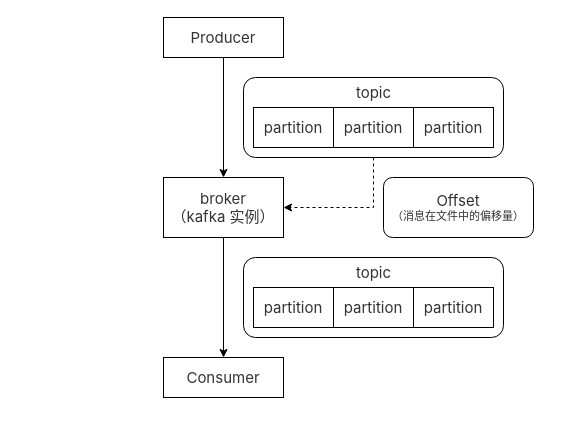
The draw.io diagram kafka/kafka.drawio in zero-97/picture-of-the-article, before the edit. Source tidied: cells renumbered, new cells numbered last; positions are measured from the earlier drawing's top-left corner, leaving out a move shared by most shapes. Both pictures are drawn from the tidied source at 100%, with x=0, y=0 at pixel (163, 17).
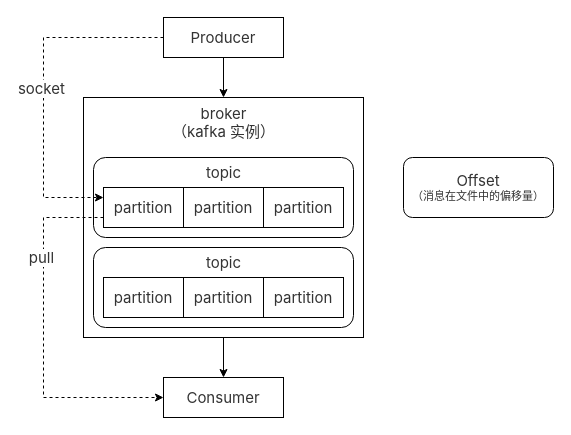
After the change.

The change refers to these unchanged cells:
```xml
<mxCell id="3" value="&lt;span style=&quot;color: rgb(51, 51, 51); font-family: -apple-system, BlinkMacSystemFont, &amp;quot;Helvetica Neue&amp;quot;, &amp;quot;PingFang SC&amp;quot;, &amp;quot;Microsoft YaHei&amp;quot;, &amp;quot;Source Han Sans SC&amp;quot;, &amp;quot;Noto Sans CJK SC&amp;quot;, &amp;quot;WenQuanYi Micro Hei&amp;quot;, sans-serif; font-size: 15px; text-align: start; background-color: rgb(255, 255, 255);&quot;&gt;Producer&lt;/span&gt;" style="rounded=0;whiteSpace=wrap;html=1;" parent="1" vertex="1">
  <mxGeometry width="120" height="40" as="geometry" />
</mxCell>
<mxCell id="8" style="rounded=1;whiteSpace=wrap;html=1;" parent="7" vertex="1">
  <mxGeometry width="260" height="80" as="geometry" />
</mxCell>
<mxCell id="10" value="&lt;span style=&quot;color: rgb(51, 51, 51); font-family: -apple-system, BlinkMacSystemFont, &amp;quot;Helvetica Neue&amp;quot;, &amp;quot;PingFang SC&amp;quot;, &amp;quot;Microsoft YaHei&amp;quot;, &amp;quot;Source Han Sans SC&amp;quot;, &amp;quot;Noto Sans CJK SC&amp;quot;, &amp;quot;WenQuanYi Micro Hei&amp;quot;, sans-serif; font-size: 15px; text-align: start; background-color: rgb(255, 255, 255);&quot;&gt;partition&lt;/span&gt;" style="rounded=0;whiteSpace=wrap;html=1;" parent="7" vertex="1">
  <mxGeometry x="10" y="30" width="80" height="40" as="geometry" />
</mxCell>
```

What changed in the source:
```diff
@@
+    <mxCell id="6" value="&lt;span style=&quot;color: rgb(51, 51, 51); font-family: -apple-system, BlinkMacSystemFont, &amp;quot;Helvetica Neue&amp;quot;, &amp;quot;PingFang SC&amp;quot;, &amp;quot;Microsoft YaHei&amp;quot;, &amp;quot;Source Han Sans SC&amp;quot;, &amp;quot;Noto Sans CJK SC&amp;quot;, &amp;quot;WenQuanYi Micro Hei&amp;quot;, sans-serif; font-size: 15px; text-align: start; background-color: rgb(255, 255, 255);&quot;&gt;&lt;br&gt;&lt;/span&gt;" style="whiteSpace=wrap;html=1;" parent="1" vertex="1">
+      <mxGeometry x="-80" y="80" width="280" height="240" as="geometry" />
+    </mxCell>
@@
     <mxCell id="4" value="&lt;span style=&quot;color: rgb(51, 51, 51); font-family: -apple-system, BlinkMacSystemFont, &amp;quot;Helvetica Neue&amp;quot;, &amp;quot;PingFang SC&amp;quot;, &amp;quot;Microsoft YaHei&amp;quot;, &amp;quot;Source Han Sans SC&amp;quot;, &amp;quot;Noto Sans CJK SC&amp;quot;, &amp;quot;WenQuanYi Micro Hei&amp;quot;, sans-serif; font-size: 15px; text-align: start; background-color: rgb(255, 255, 255);&quot;&gt;Consumer&lt;/span&gt;" style="rounded=0;whiteSpace=wrap;html=1;" parent="1" vertex="1">
-      <mxGeometry y="340" width="120" height="40" as="geometry" />
+      <mxGeometry y="360" width="120" height="40" as="geometry" />
     </mxCell>
@@
-    <mxCell id="6" value="&lt;span style=&quot;color: rgb(51, 51, 51); font-family: -apple-system, BlinkMacSystemFont, &amp;quot;Helvetica Neue&amp;quot;, &amp;quot;PingFang SC&amp;quot;, &amp;quot;Microsoft YaHei&amp;quot;, &amp;quot;Source Han Sans SC&amp;quot;, &amp;quot;Noto Sans CJK SC&amp;quot;, &amp;quot;WenQuanYi Micro Hei&amp;quot;, sans-serif; font-size: 15px; text-align: start; background-color: rgb(255, 255, 255);&quot;&gt;broker&lt;br&gt;（kafka 实例）&lt;br&gt;&lt;/span&gt;" style="whiteSpace=wrap;html=1;" parent="1" vertex="1">
-      <mxGeometry y="160" width="120" height="60" as="geometry" />
-    </mxCell>
     <mxCell id="7" style="group;" parent="1" vertex="1">
-      <mxGeometry x="80" y="60" width="260" height="80" as="geometry" />
+      <mxGeometry x="-70" y="140" width="260" height="80" as="geometry" />
     </mxCell>
@@
     <mxCell id="13" style="group;" parent="1" vertex="1">
-      <mxGeometry x="80" y="240" width="260" height="80" as="geometry" />
+      <mxGeometry x="-70" y="230" width="260" height="80" as="geometry" />
     </mxCell>
@@
-    <mxCell id="19" style="edgeStyle=orthogonalEdgeStyle;rounded=0;jettySize=auto;html=1;entryX=1;entryY=0.5;entryDx=0;entryDy=0;dashed=1;" parent="1" edge="1" source="8" target="6">
-      <mxGeometry relative="1" as="geometry" />
-    </mxCell>
     <mxCell id="20" value="&lt;span style=&quot;color: rgb(51, 51, 51); font-family: -apple-system, BlinkMacSystemFont, &amp;quot;Helvetica Neue&amp;quot;, &amp;quot;PingFang SC&amp;quot;, &amp;quot;Microsoft YaHei&amp;quot;, &amp;quot;Source Han Sans SC&amp;quot;, &amp;quot;Noto Sans CJK SC&amp;quot;, &amp;quot;WenQuanYi Micro Hei&amp;quot;, sans-serif; text-align: start; font-size: 15px;&quot;&gt;Offset&lt;/span&gt;&lt;br style=&quot;color: rgb(51, 51, 51); font-family: -apple-system, BlinkMacSystemFont, &amp;quot;Helvetica Neue&amp;quot;, &amp;quot;PingFang SC&amp;quot;, &amp;quot;Microsoft YaHei&amp;quot;, &amp;quot;Source Han Sans SC&amp;quot;, &amp;quot;Noto Sans CJK SC&amp;quot;, &amp;quot;WenQuanYi Micro Hei&amp;quot;, sans-serif; font-size: 12px; text-align: start;&quot;&gt;&lt;font style=&quot;color: rgb(51, 51, 51); font-family: -apple-system, BlinkMacSystemFont, &amp;quot;Helvetica Neue&amp;quot;, &amp;quot;PingFang SC&amp;quot;, &amp;quot;Microsoft YaHei&amp;quot;, &amp;quot;Source Han Sans SC&amp;quot;, &amp;quot;Noto Sans CJK SC&amp;quot;, &amp;quot;WenQuanYi Micro Hei&amp;quot;, sans-serif; text-align: start;&quot;&gt;（消息在文件中的偏移量）&lt;/font&gt;" style="rounded=1;whiteSpace=wrap;html=1;fontSize=11;" parent="1" vertex="1">
-      <mxGeometry x="220" y="160" width="150" height="60" as="geometry" />
+      <mxGeometry x="240" y="140" width="150" height="60" as="geometry" />
     </mxCell>
+    <mxCell id="21" value="&lt;span style=&quot;color: rgb(51, 51, 51); font-family: -apple-system, BlinkMacSystemFont, &amp;quot;Helvetica Neue&amp;quot;, &amp;quot;PingFang SC&amp;quot;, &amp;quot;Microsoft YaHei&amp;quot;, &amp;quot;Source Han Sans SC&amp;quot;, &amp;quot;Noto Sans CJK SC&amp;quot;, &amp;quot;WenQuanYi Micro Hei&amp;quot;, sans-serif; font-size: 15px; text-align: start; background-color: rgb(255, 255, 255);&quot;&gt;broker&lt;/span&gt;&lt;br style=&quot;color: rgb(51, 51, 51); font-family: -apple-system, BlinkMacSystemFont, &amp;quot;Helvetica Neue&amp;quot;, &amp;quot;PingFang SC&amp;quot;, &amp;quot;Microsoft YaHei&amp;quot;, &amp;quot;Source Han Sans SC&amp;quot;, &amp;quot;Noto Sans CJK SC&amp;quot;, &amp;quot;WenQuanYi Micro Hei&amp;quot;, sans-serif; font-size: 15px; text-align: start;&quot;&gt;&lt;span style=&quot;color: rgb(51, 51, 51); font-family: -apple-system, BlinkMacSystemFont, &amp;quot;Helvetica Neue&amp;quot;, &amp;quot;PingFang SC&amp;quot;, &amp;quot;Microsoft YaHei&amp;quot;, &amp;quot;Source Han Sans SC&amp;quot;, &amp;quot;Noto Sans CJK SC&amp;quot;, &amp;quot;WenQuanYi Micro Hei&amp;quot;, sans-serif; font-size: 15px; text-align: start; background-color: rgb(255, 255, 255);&quot;&gt;（kafka 实例）&lt;/span&gt;" style="text;html=1;align=center;verticalAlign=middle;strokeColor=none;fillColor=none;fontSize=11;" parent="1" vertex="1">
+      <mxGeometry x="-5" y="80" width="130" height="50" as="geometry" />
+    </mxCell>
+    <mxCell id="22" style="edgeStyle=orthogonalEdgeStyle;rounded=0;jettySize=auto;html=1;entryX=0;entryY=0.25;entryDx=0;entryDy=0;dashed=1;fontSize=11;exitX=0;exitY=0.5;exitDx=0;exitDy=0;" parent="1" edge="1" source="3" target="10">
+      <mxGeometry relative="1" as="geometry">
+        <Array as="points">
+          <mxPoint x="-120" y="20" />
+          <mxPoint x="-120" y="180" />
+        </Array>
+      </mxGeometry>
+    </mxCell>
+    <mxCell id="23" value="&lt;span style=&quot;color: rgb(51, 51, 51); font-family: -apple-system, BlinkMacSystemFont, &amp;quot;Helvetica Neue&amp;quot;, &amp;quot;PingFang SC&amp;quot;, &amp;quot;Microsoft YaHei&amp;quot;, &amp;quot;Source Han Sans SC&amp;quot;, &amp;quot;Noto Sans CJK SC&amp;quot;, &amp;quot;WenQuanYi Micro Hei&amp;quot;, sans-serif; font-size: 15px; text-align: start;&quot;&gt;socket&amp;nbsp;&lt;/span&gt;" style="edgeLabel;html=1;align=center;verticalAlign=middle;fontSize=11;" parent="22" vertex="1">
+      <mxGeometry x="-0.42" y="2" relative="1" as="geometry">
+        <mxPoint x="-22" y="48" as="offset" />
+      </mxGeometry>
+    </mxCell>
+    <mxCell id="24" style="edgeStyle=orthogonalEdgeStyle;rounded=0;jettySize=auto;html=1;entryX=0;entryY=0.5;entryDx=0;entryDy=0;dashed=1;fontSize=11;" parent="1" edge="1" source="10" target="4">
+      <mxGeometry relative="1" as="geometry">
+        <Array as="points">
+          <mxPoint x="-120" y="200" />
+          <mxPoint x="-120" y="380" />
+        </Array>
+      </mxGeometry>
+    </mxCell>
+    <mxCell id="25" value="&lt;span style=&quot;color: rgb(51, 51, 51); font-family: -apple-system, BlinkMacSystemFont, &amp;quot;Helvetica Neue&amp;quot;, &amp;quot;PingFang SC&amp;quot;, &amp;quot;Microsoft YaHei&amp;quot;, &amp;quot;Source Han Sans SC&amp;quot;, &amp;quot;Noto Sans CJK SC&amp;quot;, &amp;quot;WenQuanYi Micro Hei&amp;quot;, sans-serif; font-size: 15px; text-align: start;&quot;&gt;pull&amp;nbsp;&lt;/span&gt;" style="edgeLabel;html=1;align=center;verticalAlign=middle;fontSize=11;" parent="24" vertex="1">
+      <mxGeometry x="-0.45" y="-1" relative="1" as="geometry" />
+    </mxCell>
```
